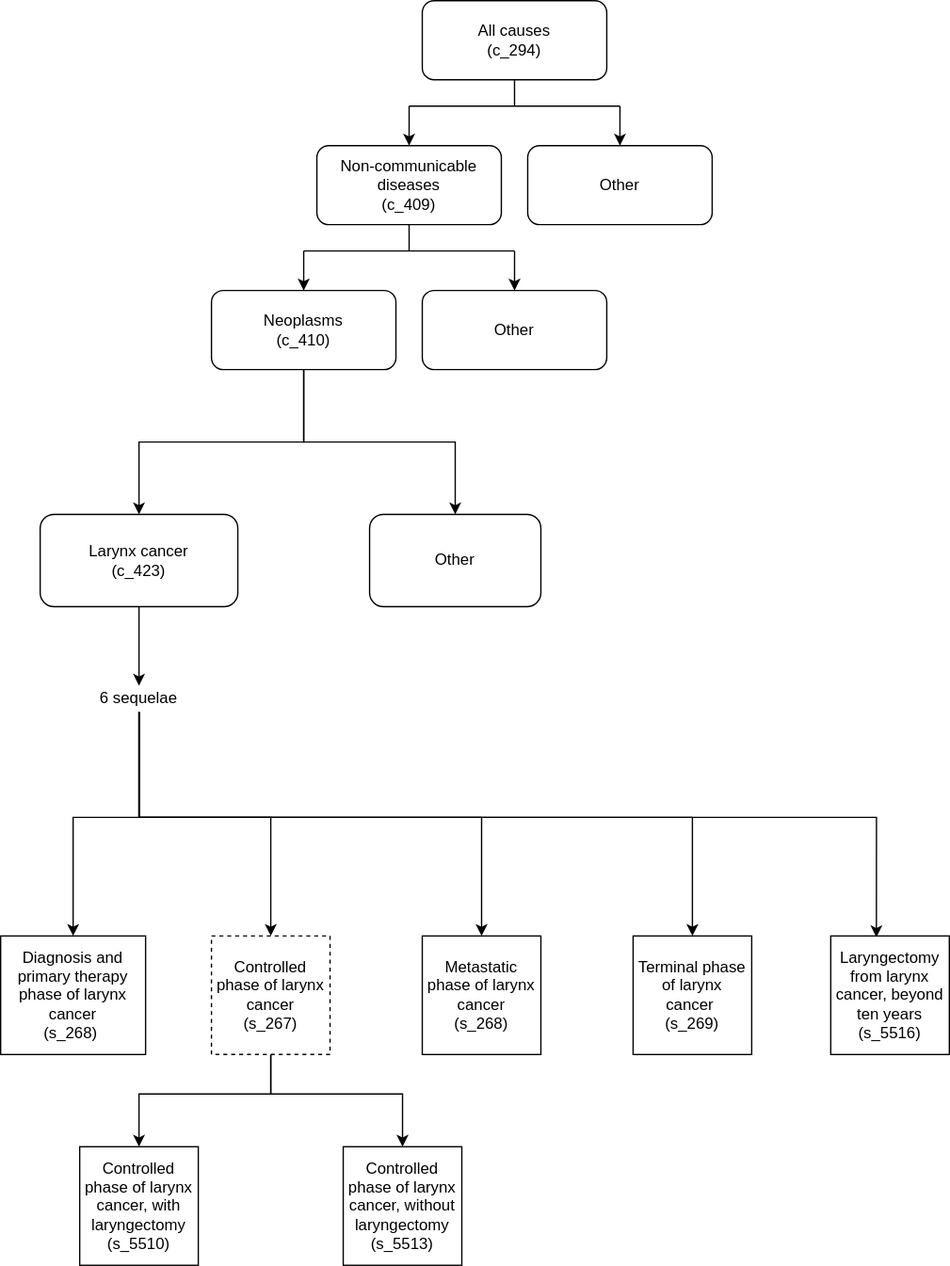
Before: docs/source/gbd2017_models/causes/neoplasms/larynx_cancer/larynx_cancer_hierarchy.svg, a diagram exported from draw.io (ihmeuw/vivarium_research). Source tidied: cells renumbered, new cells last; positions are measured from the earlier drawing's top-left corner, leaving out a move shared by most shapes.
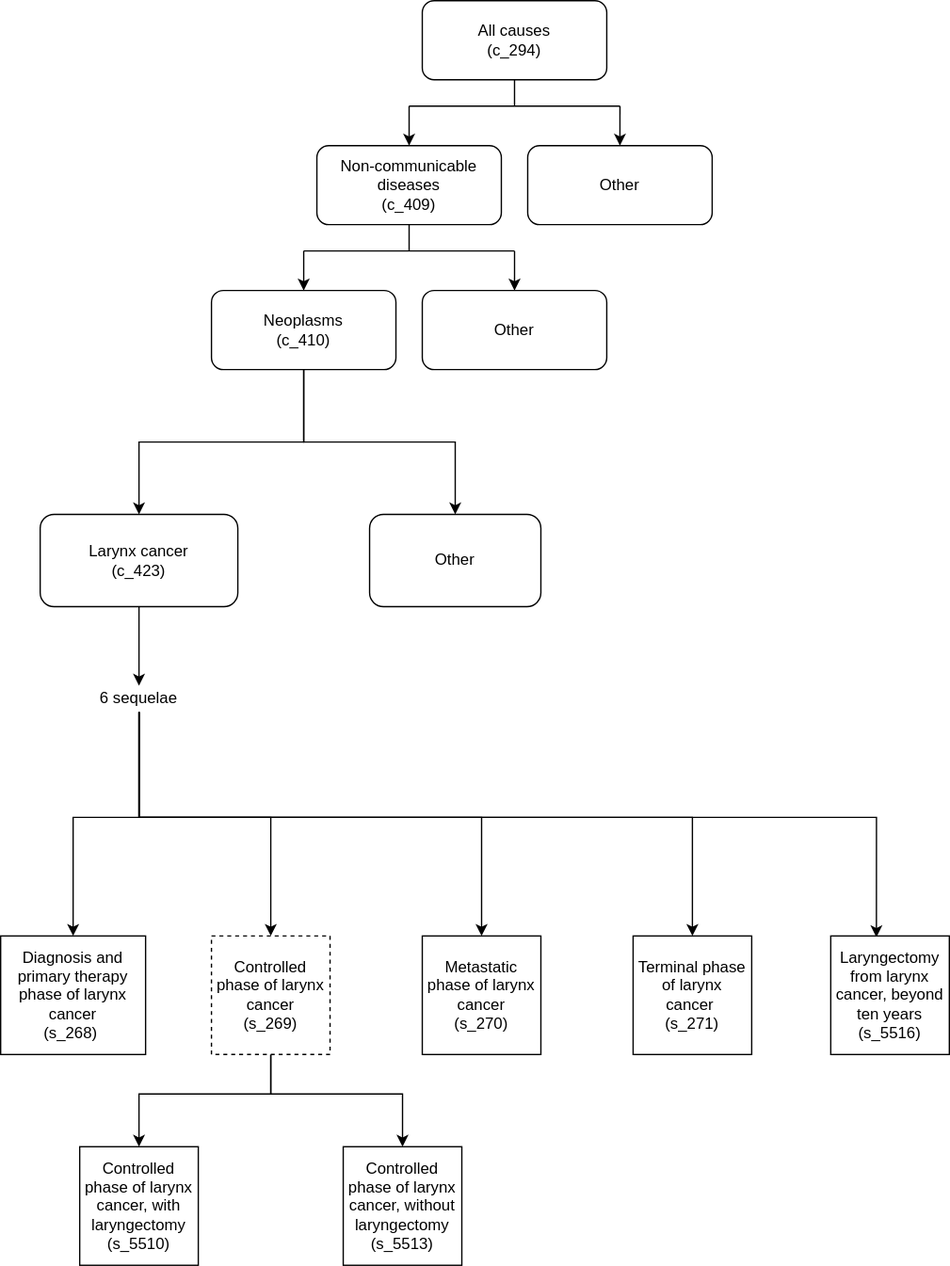
The same file after the commit.

Commit message:
Add data tables to larynx cancer

Change to the diagram source:
```diff
@@ -95,13 +95,13 @@
         </Array>
       </mxGeometry>
     </mxCell>
-    <mxCell id="23" value="Controlled phase of larynx cancer&lt;br&gt;(s_267)" style="whiteSpace=wrap;html=1;dashed=1;" parent="1" vertex="1">
+    <mxCell id="23" value="Controlled phase of larynx cancer&lt;br&gt;(s_269)" style="whiteSpace=wrap;html=1;dashed=1;" parent="1" vertex="1">
       <mxGeometry x="160" y="710" width="90" height="90" as="geometry" />
     </mxCell>
-    <mxCell id="24" value="Metastatic phase of larynx cancer&lt;br&gt;(s_268)" style="whiteSpace=wrap;html=1;" parent="1" vertex="1">
+    <mxCell id="24" value="Metastatic phase of larynx cancer&lt;br&gt;(s_270)" style="whiteSpace=wrap;html=1;" parent="1" vertex="1">
       <mxGeometry x="320" y="710" width="90" height="90" as="geometry" />
     </mxCell>
-    <mxCell id="25" value="Terminal phase of larynx cancer&amp;nbsp;&lt;br&gt;(s_269)" style="whiteSpace=wrap;html=1;" parent="1" vertex="1">
+    <mxCell id="25" value="Terminal phase of larynx cancer&amp;nbsp;&lt;br&gt;(s_271)" style="whiteSpace=wrap;html=1;" parent="1" vertex="1">
       <mxGeometry x="480" y="710" width="90" height="90" as="geometry" />
     </mxCell>
     <mxCell id="26" style="edgeStyle=orthogonalEdgeStyle;rounded=0;jettySize=auto;html=1;entryX=0.5;entryY=0;entryDx=0;entryDy=0;" parent="1" edge="1" source="31" target="17">
```
